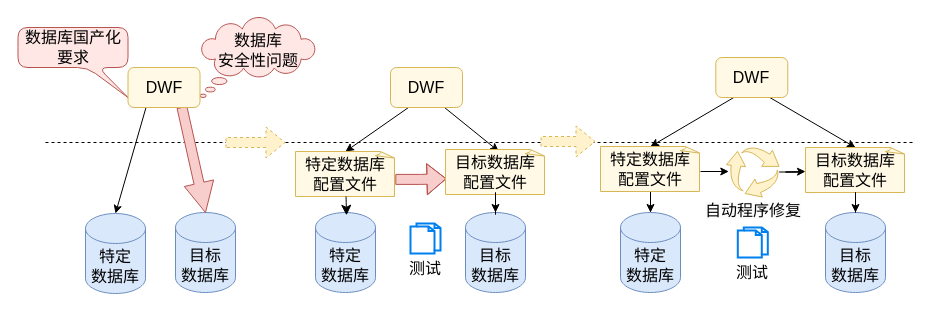
The draw.io diagram 开题报告/motivation.drawio in Olive-2019/drawio-source, before the edit. Source tidied: cells renumbered, new cells numbered last; positions are measured from the earlier drawing's top-left corner, leaving out a move shared by most shapes. Both pictures are drawn from the tidied source at 100%, with x=0, y=0 at pixel (17, 17).
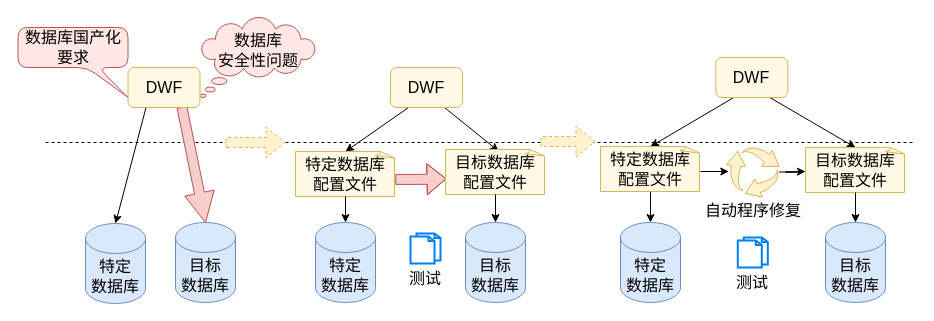
After the change.

The change refers to these unchanged cells:
```xml
<mxCell id="34" value="&lt;span style=&quot;font-size: 16px;&quot;&gt;特定数据库&lt;/span&gt;&lt;div style=&quot;font-size: 16px;&quot;&gt;配置文件&lt;/div&gt;" style="whiteSpace=wrap;html=1;shape=mxgraph.basic.document;strokeColor=#d6b656;align=center;verticalAlign=middle;fontFamily=Helvetica;fontSize=16;fontColor=default;fillColor=#FFF9E5;" parent="1" vertex="1">
  <mxGeometry x="278" y="134" width="100" height="45" as="geometry" />
</mxCell>
```

Diff of the diagram source:
```diff
@@
     <mxCell id="3" value="特定&lt;div&gt;数据库&lt;/div&gt;" style="shape=cylinder3;whiteSpace=wrap;html=1;boundedLbl=1;backgroundOutline=1;size=15;fontSize=16;fillColor=#dae8fc;strokeColor=#6c8ebf;" parent="1" vertex="1">
-      <mxGeometry x="68" y="196" width="60" height="80" as="geometry" />
+      <mxGeometry x="68" y="206" width="60" height="80" as="geometry" />
     </mxCell>
@@
     <mxCell id="6" value="&lt;div&gt;目标&lt;/div&gt;&lt;div&gt;数据库&lt;/div&gt;" style="shape=cylinder3;whiteSpace=wrap;html=1;boundedLbl=1;backgroundOutline=1;size=15;fontSize=16;fillColor=#dae8fc;strokeColor=#6c8ebf;" parent="1" vertex="1">
-      <mxGeometry x="158" y="195" width="60" height="80" as="geometry" />
+      <mxGeometry x="158" y="205" width="60" height="80" as="geometry" />
     </mxCell>
@@
     <mxCell id="10" value="特定&lt;div&gt;数据库&lt;/div&gt;" style="shape=cylinder3;whiteSpace=wrap;html=1;boundedLbl=1;backgroundOutline=1;size=15;fontSize=16;fillColor=#dae8fc;strokeColor=#6c8ebf;" parent="1" vertex="1">
-      <mxGeometry x="298" y="195" width="60" height="80" as="geometry" />
+      <mxGeometry x="298" y="205" width="60" height="80" as="geometry" />
     </mxCell>
     <mxCell id="11" value="&lt;div&gt;目标&lt;/div&gt;&lt;div&gt;数据库&lt;/div&gt;" style="shape=cylinder3;whiteSpace=wrap;html=1;boundedLbl=1;backgroundOutline=1;size=15;fontSize=16;fillColor=#dae8fc;strokeColor=#6c8ebf;" parent="1" vertex="1">
-      <mxGeometry x="448" y="195" width="60" height="80" as="geometry" />
+      <mxGeometry x="448" y="205" width="60" height="80" as="geometry" />
     </mxCell>
@@
     <mxCell id="16" value="特定&lt;div&gt;数据库&lt;/div&gt;" style="shape=cylinder3;whiteSpace=wrap;html=1;boundedLbl=1;backgroundOutline=1;size=15;fontSize=16;fillColor=#dae8fc;strokeColor=#6c8ebf;" parent="1" vertex="1">
-      <mxGeometry x="603" y="195" width="60" height="80" as="geometry" />
+      <mxGeometry x="603" y="205" width="60" height="80" as="geometry" />
     </mxCell>
     <mxCell id="17" value="&lt;div&gt;目标&lt;/div&gt;&lt;div&gt;数据库&lt;/div&gt;" style="shape=cylinder3;whiteSpace=wrap;html=1;boundedLbl=1;backgroundOutline=1;size=15;fontSize=16;fillColor=#dae8fc;strokeColor=#6c8ebf;" parent="1" vertex="1">
-      <mxGeometry x="808" y="195" width="60" height="80" as="geometry" />
+      <mxGeometry x="808" y="205" width="60" height="80" as="geometry" />
     </mxCell>
@@
     <mxCell id="26" style="group;" parent="1" vertex="1">
-      <mxGeometry x="705.3" y="200" width="60" height="75" as="geometry" />
+      <mxGeometry x="705.3" y="210" width="60" height="75" as="geometry" />
     </mxCell>
@@
     <mxCell id="29" style="group;" parent="1" vertex="1">
-      <mxGeometry x="378" y="196" width="60" height="75" as="geometry" />
+      <mxGeometry x="378" y="206" width="60" height="75" as="geometry" />
     </mxCell>
@@
-    <mxCell id="36" style="edgeStyle=none;curved=1;rounded=0;jettySize=auto;html=1;entryX=0.517;entryY=0.035;entryDx=0;entryDy=0;entryPerimeter=0;fontSize=12;startSize=8;endSize=8;" parent="1" edge="1" source="34" target="10">
-      <mxGeometry relative="1" as="geometry" />
-    </mxCell>
@@
+    <mxCell id="36" style="edgeStyle=orthogonalEdgeStyle;rounded=0;jettySize=auto;html=1;entryX=0.5;entryY=0;entryDx=0;entryDy=0;entryPerimeter=0;" parent="1" edge="1" source="34" target="10">
+      <mxGeometry relative="1" as="geometry" />
+    </mxCell>
```
